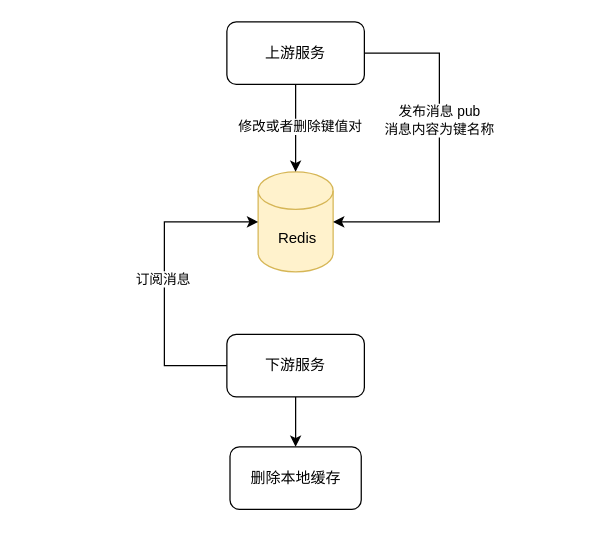
This is draw.io/pub/sub 订阅 Redis 的值更新.drawio from KeatonLi/pictures, a draw.io file, before an edit. Source tidied: cells renumbered, new cells numbered last; positions are measured from the earlier drawing's top-left corner, leaving out a move shared by most shapes. Both pictures are drawn from the tidied source at 125%, with x=0, y=0 at pixel (164, 21).
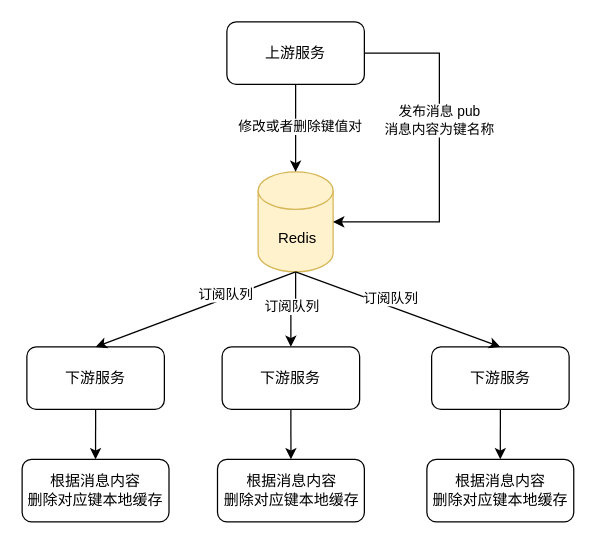
The same diagram, later.

Commit message:
更新sub 订阅 Redis 的值更新.drawio

Unchanged cells that the change refers to:
```xml
<mxCell id="3" value="&amp;nbsp;Redis" style="shape=cylinder3;whiteSpace=wrap;html=1;boundedLbl=1;backgroundOutline=1;size=15;fillColor=#fff2cc;strokeColor=#d6b656;" parent="1" vertex="1">
  <mxGeometry x="75" y="120" width="60" height="80" as="geometry" />
</mxCell>
```

The edit, as a diff of the source:
```diff
@@
+    <mxCell id="13" style="edgeStyle=orthogonalEdgeStyle;rounded=0;jettySize=auto;html=1;entryX=0.5;entryY=0;entryDx=0;entryDy=0;" parent="1" edge="1" source="3" target="16">
+      <mxGeometry relative="1" as="geometry" />
+    </mxCell>
@@
     <mxCell id="8" value="下游服务" style="rounded=1;whiteSpace=wrap;html=1;" parent="1" vertex="1">
-      <mxGeometry x="50" y="250" width="110" height="50" as="geometry" />
+      <mxGeometry x="-110" y="260" width="110" height="50" as="geometry" />
     </mxCell>
-    <mxCell id="9" style="endArrow=classic;html=1;rounded=0;entryX=0;entryY=0.5;entryDx=0;entryDy=0;entryPerimeter=0;exitX=0;exitY=0.5;exitDx=0;exitDy=0;" parent="1" edge="1" source="8" target="3">
-      <mxGeometry relative="1" as="geometry">
-        <Array as="points">
-          <mxPoint y="275" />
-          <mxPoint y="250" />
-          <mxPoint y="160" />
-        </Array>
-      </mxGeometry>
-    </mxCell>
-    <mxCell id="10" value="订阅消息" style="edgeLabel;html=1;align=center;verticalAlign=middle;" parent="9" vertex="1">
-      <mxGeometry y="2" relative="1" as="geometry" />
-    </mxCell>
@@
-    <mxCell id="12" value="删除本地缓存" style="rounded=1;whiteSpace=wrap;html=1;" parent="1" vertex="1">
-      <mxGeometry x="52.5" y="340" width="105" height="50" as="geometry" />
+    <mxCell id="12" value="&lt;div&gt;根据消息内容&lt;/div&gt;删除对应键本地缓存" style="rounded=1;whiteSpace=wrap;html=1;" parent="1" vertex="1">
+      <mxGeometry x="-113.8" y="350" width="117.5" height="50" as="geometry" />
     </mxCell>
+    <mxCell id="14" style="endArrow=classic;html=1;rounded=0;exitX=0.5;exitY=1;exitDx=0;exitDy=0;exitPerimeter=0;entryX=0.5;entryY=0;entryDx=0;entryDy=0;" parent="1" edge="1" source="3" target="8">
+      <mxGeometry relative="1" as="geometry" />
+    </mxCell>
+    <mxCell id="15" value="订阅队列" style="edgeLabel;html=1;align=center;verticalAlign=middle;" parent="14" vertex="1">
+      <mxGeometry x="-0.31" y="-3" relative="1" as="geometry" />
+    </mxCell>
+    <mxCell id="16" value="下游服务" style="rounded=1;whiteSpace=wrap;html=1;" parent="1" vertex="1">
+      <mxGeometry x="46.2" y="260" width="110" height="50" as="geometry" />
+    </mxCell>
+    <mxCell id="17" style="endArrow=classic;html=1;rounded=0;exitX=0.5;exitY=1;exitDx=0;exitDy=0;entryX=0.5;entryY=0;entryDx=0;entryDy=0;" parent="1" edge="1" source="16" target="18">
+      <mxGeometry relative="1" as="geometry" />
+    </mxCell>
+    <mxCell id="18" value="&lt;div&gt;根据消息内容&lt;/div&gt;删除对应键本地缓存" style="rounded=1;whiteSpace=wrap;html=1;" parent="1" vertex="1">
+      <mxGeometry x="42.5" y="350" width="117.5" height="50" as="geometry" />
+    </mxCell>
+    <mxCell id="19" value="下游服务" style="rounded=1;whiteSpace=wrap;html=1;" parent="1" vertex="1">
+      <mxGeometry x="213.8" y="260" width="110" height="50" as="geometry" />
+    </mxCell>
+    <mxCell id="20" style="endArrow=classic;html=1;rounded=0;exitX=0.5;exitY=1;exitDx=0;exitDy=0;entryX=0.5;entryY=0;entryDx=0;entryDy=0;" parent="1" edge="1" source="19" target="21">
+      <mxGeometry relative="1" as="geometry" />
+    </mxCell>
+    <mxCell id="21" value="&lt;div&gt;根据消息内容&lt;/div&gt;删除对应键本地缓存" style="rounded=1;whiteSpace=wrap;html=1;" parent="1" vertex="1">
+      <mxGeometry x="210" y="350" width="117.5" height="50" as="geometry" />
+    </mxCell>
+    <mxCell id="22" style="endArrow=classic;html=1;rounded=0;entryX=0.5;entryY=0;entryDx=0;entryDy=0;exitX=0.5;exitY=1;exitDx=0;exitDy=0;exitPerimeter=0;" parent="1" edge="1" source="3" target="19">
+      <mxGeometry relative="1" as="geometry" />
+    </mxCell>
+    <mxCell id="23" value="订阅队列" style="edgeLabel;html=1;align=center;verticalAlign=middle;" parent="1" vertex="1">
+      <mxGeometry x="101.3" y="227.9" as="geometry" />
+    </mxCell>
+    <mxCell id="24" value="订阅队列" style="edgeLabel;html=1;align=center;verticalAlign=middle;" parent="1" vertex="1">
+      <mxGeometry x="180" y="220" as="geometry" />
+    </mxCell>
```
